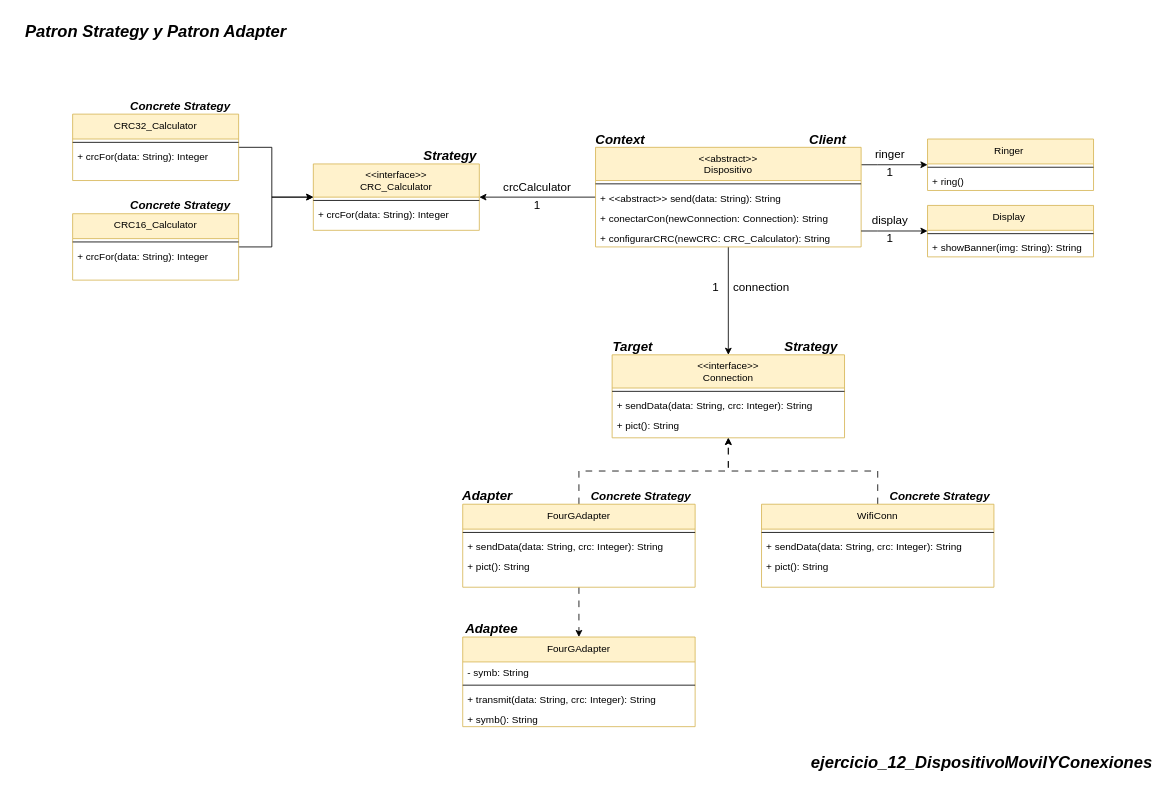
This is Practicas/Patrones/ejercicio_12_DispositivoMovilYConexiones/UML/ejercicio_12_DispositivoMovilYConexiones.drawio from TaielNxz/OO2, a draw.io file, before an edit. Source tidied: cells renumbered, new cells numbered last; positions are measured from the earlier drawing's top-left corner, leaving out a move shared by most shapes. Both pictures are drawn from the tidied source at 83%, with x=0, y=0 at pixel (14, 14).
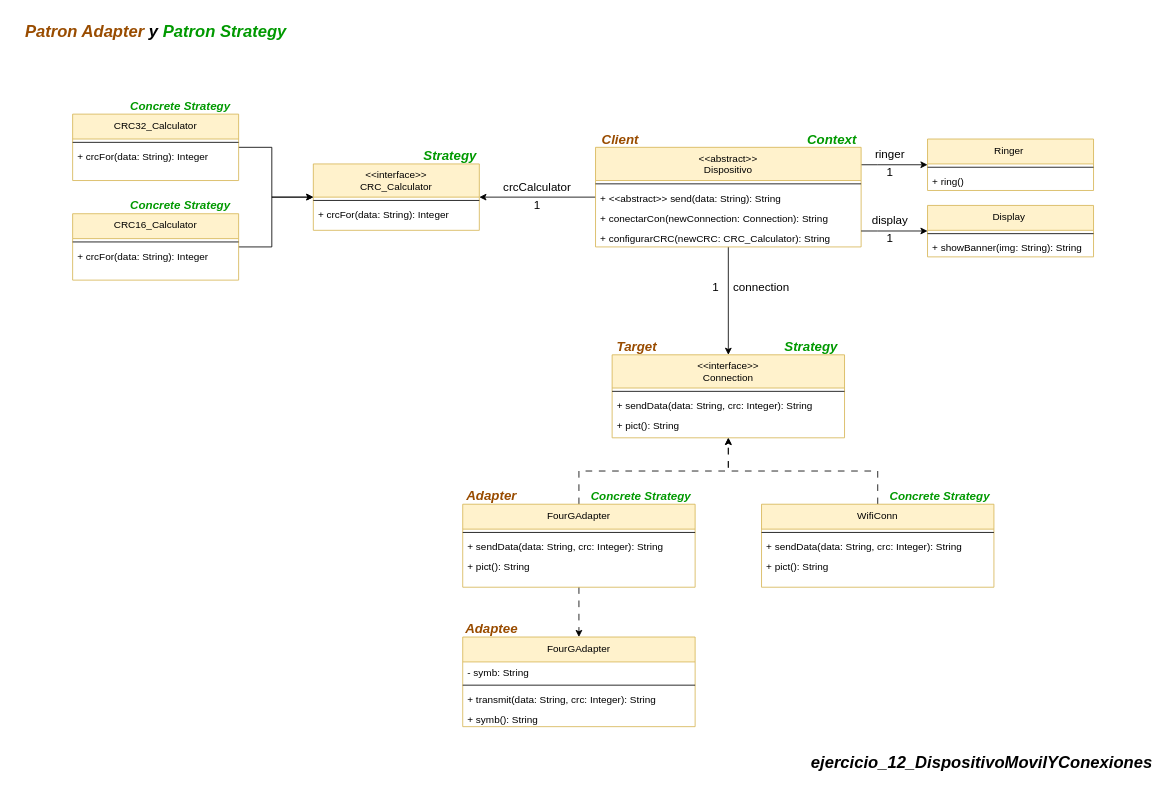
The same diagram, later.

Commit message (it also covers changes not shown here):
actualizo los UML del ejercicio 12 de patrones

What changed in the source:
```diff
@@
-    <mxCell id="56" value="&lt;font style=&quot;font-size: 16px;&quot;&gt;&lt;b style=&quot;font-size: 16px;&quot;&gt;&lt;i style=&quot;font-size: 16px;&quot;&gt;Adaptee&lt;/i&gt;&lt;/b&gt;&lt;/font&gt;" style="text;html=1;align=center;verticalAlign=middle;whiteSpace=wrap;rounded=0;fontSize=16;" parent="1" vertex="1">
+    <mxCell id="56" value="&lt;font style=&quot;font-size: 16px;&quot;&gt;&lt;b style=&quot;font-size: 16px;&quot;&gt;&lt;i style=&quot;font-size: 16px;&quot;&gt;Adaptee&lt;/i&gt;&lt;/b&gt;&lt;/font&gt;" style="text;html=1;align=center;verticalAlign=middle;whiteSpace=wrap;rounded=0;fontSize=16;fontColor=#994C00;" parent="1" vertex="1">
       <mxGeometry x="540" y="730" width="70" height="20" as="geometry" />
     </mxCell>
-    <mxCell id="57" value="&lt;font style=&quot;font-size: 16px;&quot;&gt;&lt;b style=&quot;font-size: 16px;&quot;&gt;&lt;i style=&quot;font-size: 16px;&quot;&gt;Adapter&lt;/i&gt;&lt;/b&gt;&lt;/font&gt;" style="text;html=1;align=center;verticalAlign=middle;whiteSpace=wrap;rounded=0;fontSize=16;" parent="1" vertex="1">
-      <mxGeometry x="535" y="570" width="70" height="20" as="geometry" />
+    <mxCell id="57" value="&lt;font style=&quot;font-size: 16px;&quot;&gt;&lt;b style=&quot;font-size: 16px;&quot;&gt;&lt;i style=&quot;font-size: 16px;&quot;&gt;Adapter&lt;/i&gt;&lt;/b&gt;&lt;/font&gt;" style="text;html=1;align=center;verticalAlign=middle;whiteSpace=wrap;rounded=0;fontSize=16;fontColor=#994C00;" parent="1" vertex="1">
+      <mxGeometry x="540" y="570" width="70" height="20" as="geometry" />
     </mxCell>
-    <mxCell id="58" value="&lt;font style=&quot;font-size: 14px;&quot;&gt;&lt;b style=&quot;font-size: 14px;&quot;&gt;&lt;i style=&quot;font-size: 14px;&quot;&gt;Concrete Strategy&lt;/i&gt;&lt;/b&gt;&lt;/font&gt;" style="text;html=1;align=center;verticalAlign=middle;whiteSpace=wrap;rounded=0;fontSize=14;" parent="1" vertex="1">
+    <mxCell id="58" value="&lt;font style=&quot;font-size: 14px;&quot;&gt;&lt;b style=&quot;font-size: 14px;&quot;&gt;&lt;i style=&quot;font-size: 14px;&quot;&gt;Concrete Strategy&lt;/i&gt;&lt;/b&gt;&lt;/font&gt;" style="text;html=1;align=center;verticalAlign=middle;whiteSpace=wrap;rounded=0;fontSize=14;fontColor=#009900;" parent="1" vertex="1">
       <mxGeometry x="1045" y="570" width="140" height="20" as="geometry" />
     </mxCell>
-    <mxCell id="59" value="&lt;font style=&quot;font-size: 14px;&quot;&gt;&lt;b style=&quot;font-size: 14px;&quot;&gt;&lt;i style=&quot;font-size: 14px;&quot;&gt;Concrete Strategy&lt;/i&gt;&lt;/b&gt;&lt;/font&gt;" style="text;html=1;align=center;verticalAlign=middle;whiteSpace=wrap;rounded=0;fontSize=14;" parent="1" vertex="1">
+    <mxCell id="59" value="&lt;font style=&quot;font-size: 14px;&quot;&gt;&lt;b style=&quot;font-size: 14px;&quot;&gt;&lt;i style=&quot;font-size: 14px;&quot;&gt;Concrete Strategy&lt;/i&gt;&lt;/b&gt;&lt;/font&gt;" style="text;html=1;align=center;verticalAlign=middle;whiteSpace=wrap;rounded=0;fontSize=14;fontColor=#009900;" parent="1" vertex="1">
       <mxGeometry x="685" y="570" width="140" height="20" as="geometry" />
     </mxCell>
-    <mxCell id="60" value="&lt;font style=&quot;font-size: 16px;&quot;&gt;&lt;b style=&quot;font-size: 16px;&quot;&gt;&lt;i style=&quot;font-size: 16px;&quot;&gt;Target&lt;/i&gt;&lt;/b&gt;&lt;/font&gt;" style="text;html=1;align=center;verticalAlign=middle;whiteSpace=wrap;rounded=0;fontSize=16;" parent="1" vertex="1">
-      <mxGeometry x="715" y="390" width="60" height="20" as="geometry" />
+    <mxCell id="60" value="&lt;font style=&quot;font-size: 16px;&quot;&gt;&lt;b style=&quot;font-size: 16px;&quot;&gt;&lt;i style=&quot;font-size: 16px;&quot;&gt;Target&lt;/i&gt;&lt;/b&gt;&lt;/font&gt;" style="text;html=1;align=center;verticalAlign=middle;whiteSpace=wrap;rounded=0;fontSize=16;fontColor=#994C00;" parent="1" vertex="1">
+      <mxGeometry x="720" y="390" width="60" height="20" as="geometry" />
     </mxCell>
-    <mxCell id="61" value="&lt;font style=&quot;font-size: 16px;&quot;&gt;&lt;b style=&quot;font-size: 16px;&quot;&gt;&lt;i style=&quot;font-size: 16px;&quot;&gt;Strategy&lt;/i&gt;&lt;/b&gt;&lt;/font&gt;" style="text;html=1;align=center;verticalAlign=middle;whiteSpace=wrap;rounded=0;fontSize=16;" parent="1" vertex="1">
+    <mxCell id="61" value="&lt;font style=&quot;font-size: 16px;&quot;&gt;&lt;b style=&quot;font-size: 16px;&quot;&gt;&lt;i style=&quot;font-size: 16px;&quot;&gt;Strategy&lt;/i&gt;&lt;/b&gt;&lt;/font&gt;" style="text;html=1;align=center;verticalAlign=middle;whiteSpace=wrap;rounded=0;fontSize=16;fontColor=#009900;" parent="1" vertex="1">
       <mxGeometry x="925" y="390" width="70" height="20" as="geometry" />
     </mxCell>
-    <mxCell id="62" value="&lt;font style=&quot;font-size: 16px;&quot;&gt;&lt;b style=&quot;font-size: 16px;&quot;&gt;&lt;i style=&quot;font-size: 16px;&quot;&gt;Context&lt;/i&gt;&lt;/b&gt;&lt;/font&gt;" style="text;html=1;align=center;verticalAlign=middle;whiteSpace=wrap;rounded=0;fontSize=16;" parent="1" vertex="1">
-      <mxGeometry x="695" y="140" width="70" height="20" as="geometry" />
+    <mxCell id="62" value="&lt;font color=&quot;#009900&quot; style=&quot;font-size: 16px;&quot;&gt;&lt;b style=&quot;font-size: 16px;&quot;&gt;&lt;i style=&quot;font-size: 16px;&quot;&gt;Context&lt;/i&gt;&lt;/b&gt;&lt;/font&gt;" style="text;html=1;align=center;verticalAlign=middle;whiteSpace=wrap;rounded=0;fontSize=16;" parent="1" vertex="1">
+      <mxGeometry x="950" y="140" width="70" height="20" as="geometry" />
     </mxCell>
-    <mxCell id="63" value="&lt;font style=&quot;font-size: 16px;&quot;&gt;&lt;b style=&quot;font-size: 16px;&quot;&gt;&lt;i style=&quot;font-size: 16px;&quot;&gt;Client&lt;/i&gt;&lt;/b&gt;&lt;/font&gt;" style="text;html=1;align=center;verticalAlign=middle;whiteSpace=wrap;rounded=0;fontSize=16;" parent="1" vertex="1">
-      <mxGeometry x="945" y="140" width="70" height="20" as="geometry" />
+    <mxCell id="63" value="&lt;font style=&quot;font-size: 16px;&quot;&gt;&lt;b style=&quot;font-size: 16px;&quot;&gt;&lt;i style=&quot;font-size: 16px;&quot;&gt;Client&lt;/i&gt;&lt;/b&gt;&lt;/font&gt;" style="text;html=1;align=center;verticalAlign=middle;whiteSpace=wrap;rounded=0;fontSize=16;fontColor=#994C00;" parent="1" vertex="1">
+      <mxGeometry x="700" y="140" width="60" height="20" as="geometry" />
     </mxCell>
-    <mxCell id="64" value="&lt;font style=&quot;font-size: 16px;&quot;&gt;&lt;b style=&quot;font-size: 16px;&quot;&gt;&lt;i style=&quot;font-size: 16px;&quot;&gt;Strategy&lt;/i&gt;&lt;/b&gt;&lt;/font&gt;" style="text;html=1;align=center;verticalAlign=middle;whiteSpace=wrap;rounded=0;fontSize=16;" parent="1" vertex="1">
+    <mxCell id="64" value="&lt;font style=&quot;font-size: 16px;&quot;&gt;&lt;b style=&quot;font-size: 16px;&quot;&gt;&lt;i style=&quot;font-size: 16px;&quot;&gt;Strategy&lt;/i&gt;&lt;/b&gt;&lt;/font&gt;" style="text;html=1;align=center;verticalAlign=middle;whiteSpace=wrap;rounded=0;fontSize=16;fontColor=#009900;" parent="1" vertex="1">
       <mxGeometry x="490" y="160" width="70" height="20" as="geometry" />
     </mxCell>
-    <mxCell id="65" value="&lt;font style=&quot;font-size: 14px;&quot;&gt;&lt;b style=&quot;font-size: 14px;&quot;&gt;&lt;i style=&quot;font-size: 14px;&quot;&gt;Concrete Strategy&lt;/i&gt;&lt;/b&gt;&lt;/font&gt;" style="text;html=1;align=center;verticalAlign=middle;whiteSpace=wrap;rounded=0;fontSize=14;" parent="1" vertex="1">
+    <mxCell id="65" value="&lt;font style=&quot;font-size: 14px;&quot;&gt;&lt;b style=&quot;font-size: 14px;&quot;&gt;&lt;i style=&quot;font-size: 14px;&quot;&gt;Concrete Strategy&lt;/i&gt;&lt;/b&gt;&lt;/font&gt;" style="text;html=1;align=center;verticalAlign=middle;whiteSpace=wrap;rounded=0;fontSize=14;fontColor=#009900;" parent="1" vertex="1">
       <mxGeometry x="130" y="100" width="140" height="20" as="geometry" />
     </mxCell>
-    <mxCell id="66" value="&lt;font style=&quot;font-size: 14px;&quot;&gt;&lt;b style=&quot;font-size: 14px;&quot;&gt;&lt;i style=&quot;font-size: 14px;&quot;&gt;Concrete Strategy&lt;/i&gt;&lt;/b&gt;&lt;/font&gt;" style="text;html=1;align=center;verticalAlign=middle;whiteSpace=wrap;rounded=0;fontSize=14;" parent="1" vertex="1">
+    <mxCell id="66" value="&lt;font style=&quot;font-size: 14px;&quot;&gt;&lt;b style=&quot;font-size: 14px;&quot;&gt;&lt;i style=&quot;font-size: 14px;&quot;&gt;Concrete Strategy&lt;/i&gt;&lt;/b&gt;&lt;/font&gt;" style="text;html=1;align=center;verticalAlign=middle;whiteSpace=wrap;rounded=0;fontSize=14;fontColor=#009900;" parent="1" vertex="1">
       <mxGeometry x="130" y="220" width="140" height="20" as="geometry" />
     </mxCell>
-    <mxCell id="67" value="&lt;b style=&quot;&quot;&gt;&lt;i&gt;&lt;font style=&quot;font-size: 20px;&quot;&gt;Patron Strategy y Patron Adapter&lt;/font&gt;&lt;/i&gt;&lt;/b&gt;" style="text;html=1;align=center;verticalAlign=middle;strokeColor=none;fillColor=none;" parent="1" vertex="1">
+    <mxCell id="67" value="&lt;b&gt;&lt;i&gt;&lt;font style=&quot;font-size: 20px;&quot;&gt;&lt;font color=&quot;#994c00&quot;&gt;Patron Adapter&lt;/font&gt; y&amp;nbsp;&lt;/font&gt;&lt;/i&gt;&lt;/b&gt;&lt;b style=&quot;&quot;&gt;&lt;i&gt;&lt;font color=&quot;#009900&quot; style=&quot;font-size: 20px;&quot;&gt;Patron Strategy&lt;/font&gt;&lt;/i&gt;&lt;/b&gt;" style="text;html=1;align=center;verticalAlign=middle;strokeColor=none;fillColor=none;" parent="1" vertex="1">
       <mxGeometry width="340" height="40" as="geometry" />
     </mxCell>
```
